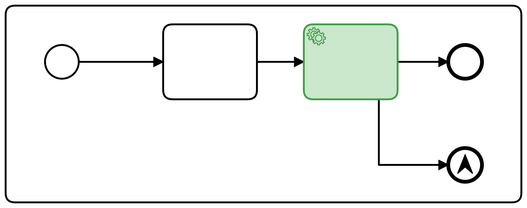
Earlier version of the BPMN export models/anomaly-detection-last.png (viadee/bpmn.ai-patterns). Its source is kept beside it as models/anomaly-detection-last.bpmn. Ids are renumbered.
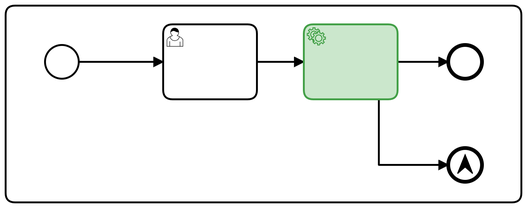
Above is the later version.

Commit message:
digital common sense model updated

What changed in the source:
```diff
@@ -1,13 +1,9 @@
-<bpmn:definitions xmlns:bpmn="http://www.omg.org/spec/BPMN/20100524/MODEL" xmlns:bpmndi="http://www.omg.org/spec/BPMN/20100524/DI" xmlns:dc="http://www.omg.org/spec/DD/20100524/DC" xmlns:di="http://www.omg.org/spec/DD/20100524/DI" xmlns:bioc="http://bpmn.io/schema/bpmn/biocolor/1.0" id="Definitions_n1" targetNamespace="http://bpmn.io/schema/bpmn" exporter="Camunda Modeler" exporterVersion="4.1.1">
+<bpmn:definitions xmlns:bpmn="http://www.omg.org/spec/BPMN/20100524/MODEL" xmlns:bpmndi="http://www.omg.org/spec/BPMN/20100524/DI" xmlns:dc="http://www.omg.org/spec/DD/20100524/DC" xmlns:di="http://www.omg.org/spec/DD/20100524/DI" xmlns:bioc="http://bpmn.io/schema/bpmn/biocolor/1.0" id="Definitions_n1" targetNamespace="http://bpmn.io/schema/bpmn" exporter="Camunda Modeler" exporterVersion="4.6.0">
   <bpmn:process id="Process_n2" isExecutable="true">
     <bpmn:subProcess id="Activity_n3">
       <bpmn:startEvent id="Event_n4">
         <bpmn:outgoing>Flow_n5</bpmn:outgoing>
       </bpmn:startEvent>
-      <bpmn:task id="Activity_n6">
-        <bpmn:incoming>Flow_n5</bpmn:incoming>
-        <bpmn:outgoing>Flow_n7</bpmn:outgoing>
-      </bpmn:task>
       <bpmn:serviceTask id="Activity_n8">
         <bpmn:incoming>Flow_n7</bpmn:incoming>
         <bpmn:outgoing>Flow_n9</bpmn:outgoing>
@@ -24,6 +20,10 @@
       <bpmn:sequenceFlow id="Flow_n5" sourceRef="Event_n4" targetRef="Activity_n6" />
       <bpmn:sequenceFlow id="Flow_n9" sourceRef="Activity_n8" targetRef="Event_n13" />
       <bpmn:sequenceFlow id="Flow_n10" sourceRef="Activity_n8" targetRef="Event_n11" />
+      <bpmn:userTask id="Activity_n6">
+        <bpmn:incoming>Flow_n5</bpmn:incoming>
+        <bpmn:outgoing>Flow_n7</bpmn:outgoing>
+      </bpmn:userTask>
     </bpmn:subProcess>
   </bpmn:process>
   <bpmndi:BPMNDiagram id="BPMNDiagram_1">
@@ -31,25 +31,25 @@
       <bpmndi:BPMNShape id="Activity_n3_di" bpmnElement="Activity_n3" isExpanded="true">
         <dc:Bounds x="190" y="80" width="550" height="210" />
       </bpmndi:BPMNShape>
-      <bpmndi:BPMNEdge id="Flow_n7_di" bpmnElement="Flow_n7">
-        <di:waypoint x="458" y="140" />
-        <di:waypoint x="508" y="140" />
+      <bpmndi:BPMNEdge id="Flow_n10_di" bpmnElement="Flow_n10">
+        <di:waypoint x="588" y="180" />
+        <di:waypoint x="588" y="250" />
+        <di:waypoint x="662" y="250" />
+      </bpmndi:BPMNEdge>
+      <bpmndi:BPMNEdge id="Flow_n9_di" bpmnElement="Flow_n9">
+        <di:waypoint x="608" y="140" />
+        <di:waypoint x="662" y="140" />
       </bpmndi:BPMNEdge>
       <bpmndi:BPMNEdge id="Flow_n5_di" bpmnElement="Flow_n5">
         <di:waypoint x="268" y="140" />
         <di:waypoint x="358" y="140" />
       </bpmndi:BPMNEdge>
-      <bpmndi:BPMNEdge id="Flow_n9_di" bpmnElement="Flow_n9">
-        <di:waypoint x="608" y="140" />
-        <di:waypoint x="662" y="140" />
+      <bpmndi:BPMNEdge id="Flow_n7_di" bpmnElement="Flow_n7">
+        <di:waypoint x="458" y="140" />
+        <di:waypoint x="508" y="140" />
       </bpmndi:BPMNEdge>
-      <bpmndi:BPMNEdge id="Flow_n10_di" bpmnElement="Flow_n10">
-        <di:waypoint x="588" y="180" />
-        <di:waypoint x="588" y="250" />
-        <di:waypoint x="662" y="250" />
-      </bpmndi:BPMNEdge>
-      <bpmndi:BPMNShape id="Activity_n6_di" bpmnElement="Activity_n6">
-        <dc:Bounds x="358" y="100" width="100" height="80" />
+      <bpmndi:BPMNShape id="Event_n4_di" bpmnElement="Event_n4">
+        <dc:Bounds x="232" y="122" width="36" height="36" />
       </bpmndi:BPMNShape>
       <bpmndi:BPMNShape id="Activity_n8_di" bpmnElement="Activity_n8" bioc:stroke="rgb(67, 160, 71)" bioc:fill="rgb(200, 230, 201)">
         <dc:Bounds x="508" y="100" width="100" height="80" />
@@ -60,8 +60,8 @@
       <bpmndi:BPMNShape id="Event_n13_di" bpmnElement="Event_n13">
         <dc:Bounds x="662" y="122" width="36" height="36" />
       </bpmndi:BPMNShape>
-      <bpmndi:BPMNShape id="Event_n4_di" bpmnElement="Event_n4">
-        <dc:Bounds x="232" y="122" width="36" height="36" />
+      <bpmndi:BPMNShape id="Activity_0lw3sgt_di" bpmnElement="Activity_n6">
+        <dc:Bounds x="358" y="100" width="100" height="80" />
       </bpmndi:BPMNShape>
     </bpmndi:BPMNPlane>
   </bpmndi:BPMNDiagram>
```
